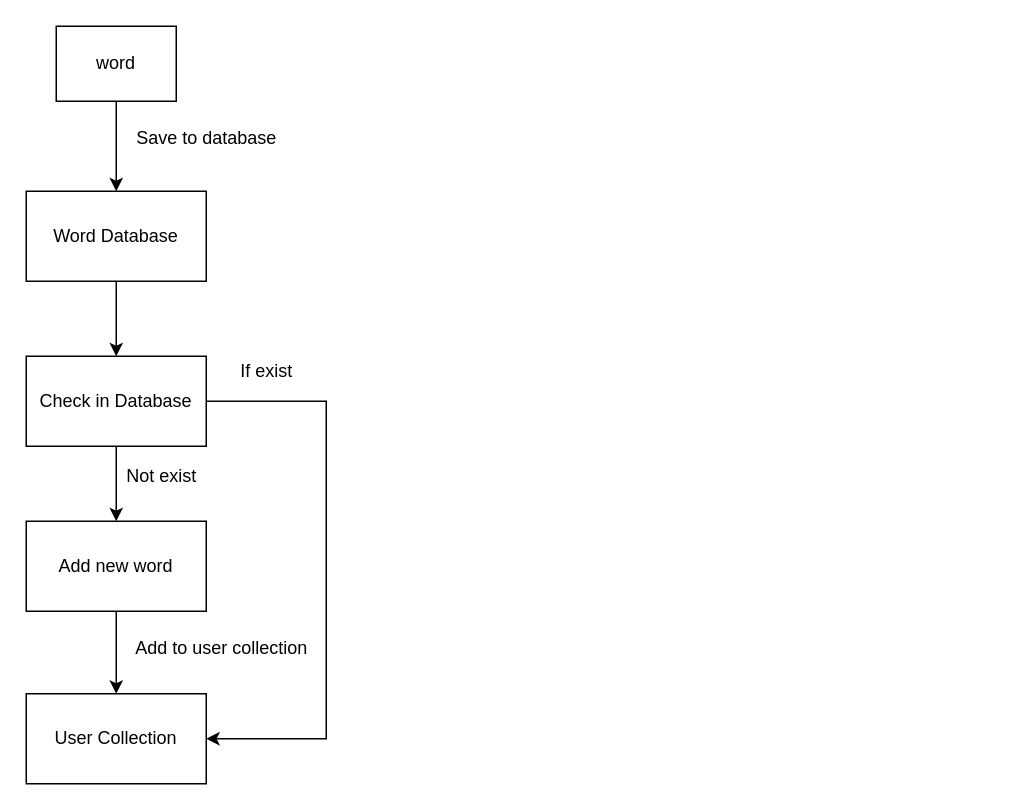
Above: Untitled Diagram.drawio in sqhqk58/hello-world (draw.io), before the change. Source tidied: cells renumbered, new cells numbered last; positions are measured from the earlier drawing's top-left corner, leaving out a move shared by most shapes. Both pictures are drawn from the tidied source at 150%, with x=0, y=0 at pixel (26, 26).
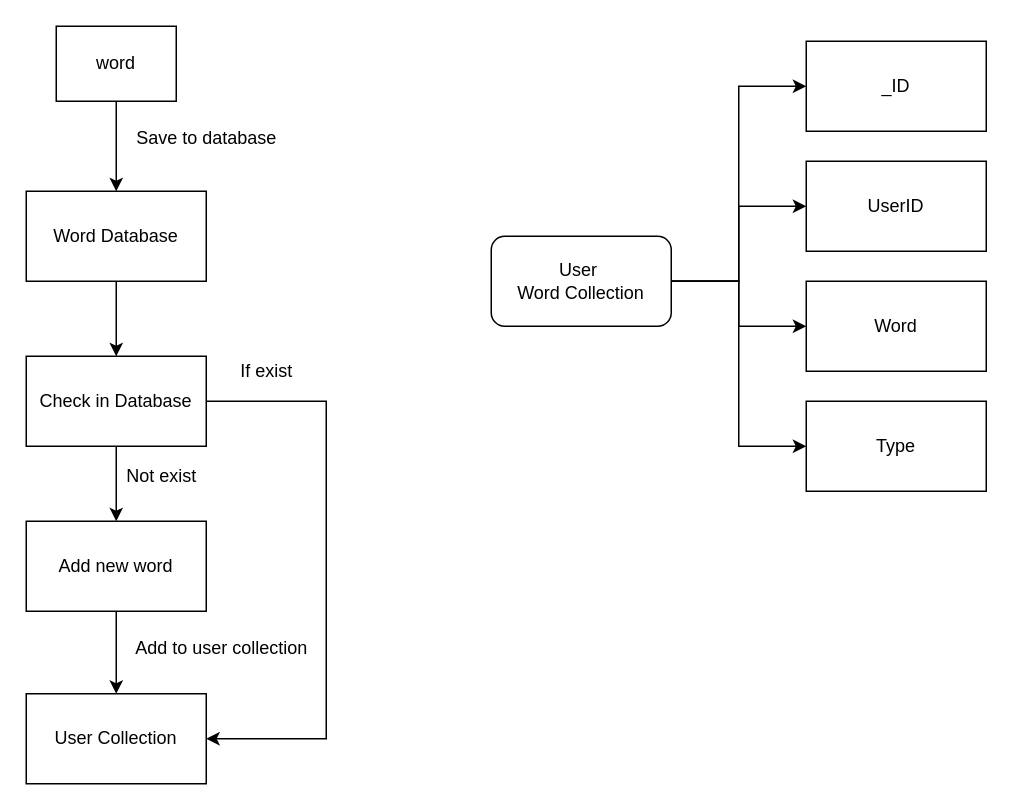
Above is the later version.

What changed in the source:
```diff
@@
+    <mxCell id="16" style="edgeStyle=orthogonalEdgeStyle;rounded=0;jettySize=auto;html=1;entryX=0;entryY=0.5;entryDx=0;entryDy=0;" parent="1" edge="1" source="20" target="21">
+      <mxGeometry relative="1" as="geometry" />
+    </mxCell>
+    <mxCell id="17" style="edgeStyle=orthogonalEdgeStyle;rounded=0;jettySize=auto;html=1;" parent="1" edge="1" source="20" target="22">
+      <mxGeometry relative="1" as="geometry" />
+    </mxCell>
+    <mxCell id="18" style="edgeStyle=orthogonalEdgeStyle;rounded=0;jettySize=auto;html=1;entryX=0;entryY=0.5;entryDx=0;entryDy=0;" parent="1" edge="1" source="20" target="23">
+      <mxGeometry relative="1" as="geometry" />
+    </mxCell>
+    <mxCell id="19" style="edgeStyle=orthogonalEdgeStyle;rounded=0;jettySize=auto;html=1;entryX=0;entryY=0.5;entryDx=0;entryDy=0;" parent="1" edge="1" source="20" target="24">
+      <mxGeometry relative="1" as="geometry" />
+    </mxCell>
+    <mxCell id="20" value="User&amp;nbsp; &lt;br&gt;Word Collection" style="rounded=1;whiteSpace=wrap;html=1;" parent="1" vertex="1">
+      <mxGeometry x="310" y="140" width="120" height="60" as="geometry" />
+    </mxCell>
+    <mxCell id="21" value="_ID&lt;br&gt;" style="whiteSpace=wrap;html=1;" parent="1" vertex="1">
+      <mxGeometry x="520" y="10" width="120" height="60" as="geometry" />
+    </mxCell>
+    <mxCell id="22" value="UserID" style="whiteSpace=wrap;html=1;" parent="1" vertex="1">
+      <mxGeometry x="520" y="90" width="120" height="60" as="geometry" />
+    </mxCell>
+    <mxCell id="23" value="Word" style="whiteSpace=wrap;html=1;" parent="1" vertex="1">
+      <mxGeometry x="520" y="170" width="120" height="60" as="geometry" />
+    </mxCell>
+    <mxCell id="24" value="Type" style="whiteSpace=wrap;html=1;" parent="1" vertex="1">
+      <mxGeometry x="520" y="250" width="120" height="60" as="geometry" />
+    </mxCell>
```
